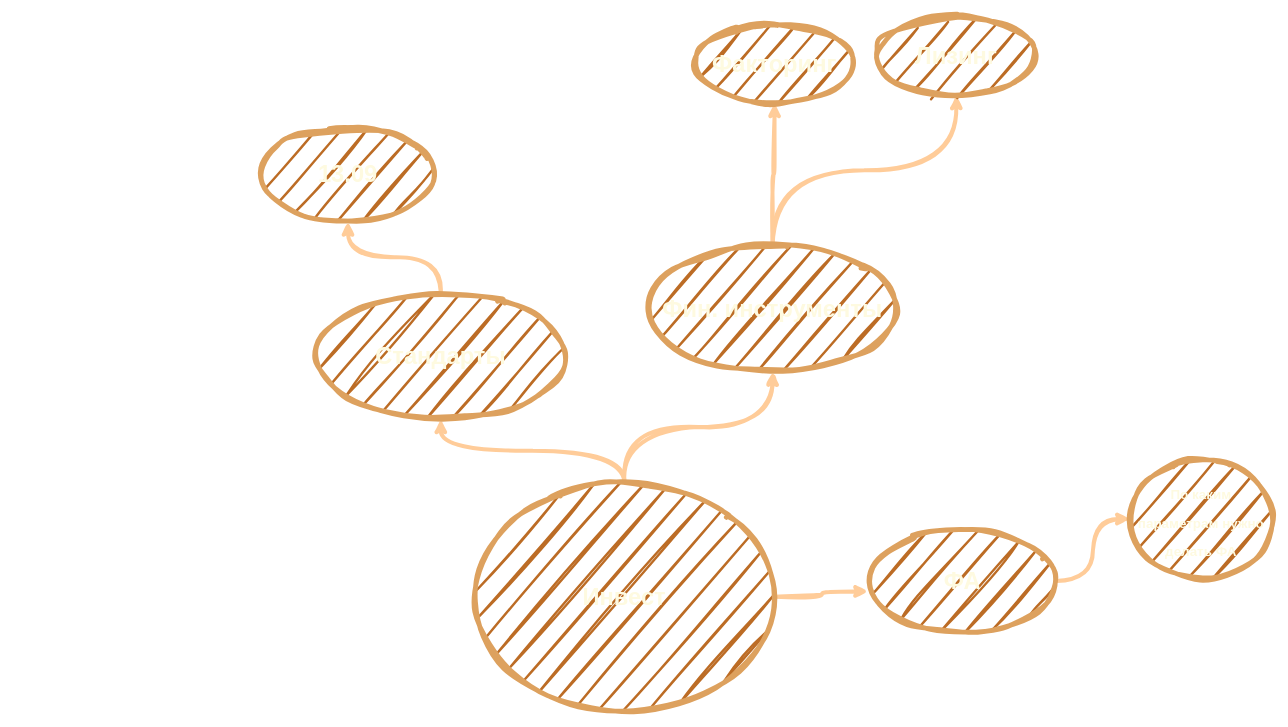
Earlier version of the draw.io diagram Инвест.drawio (zhivvv/study). Source tidied: cells renumbered, new cells numbered last; positions are measured from the earlier drawing's top-left corner, leaving out a move shared by most shapes. Both pictures are drawn from the tidied source at 79%, with x=0, y=0 at pixel (261, 16).
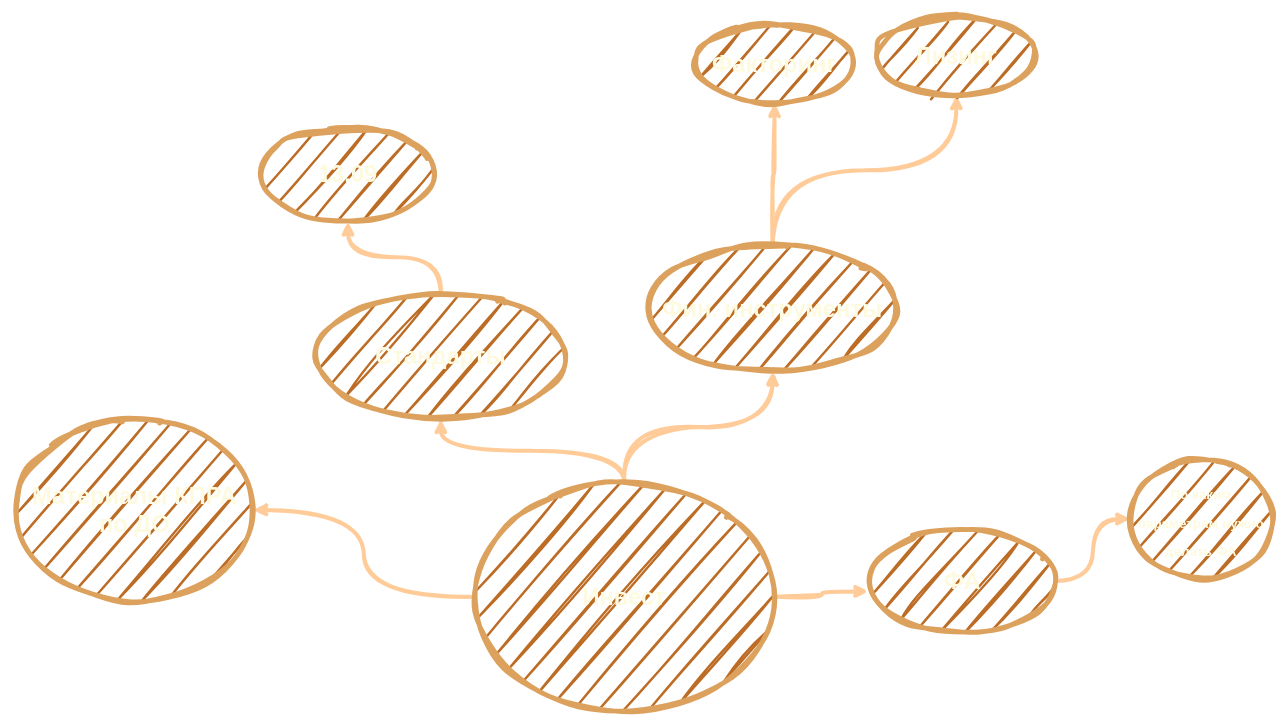
After the change.

Commit message:
Материалы КПРА

Change to the diagram source:
```diff
@@
 <mxGraphModel>
   <root>
     <mxCell id="0" />
     <mxCell id="1" parent="0" />
     <mxCell id="2" style="edgeStyle=orthogonalEdgeStyle;jettySize=auto;html=1;entryX=0.5;entryY=1;entryDx=0;entryDy=0;strokeColor=#FFCC99;fontColor=#FEFAE0;fillColor=#ffe6cc;curved=1;sketch=1;curveFitting=1;jiggle=2;strokeWidth=5;" parent="1" edge="1" source="5" target="8">
       <mxGeometry relative="1" as="geometry" />
     </mxCell>
     <mxCell id="3" style="edgeStyle=orthogonalEdgeStyle;curved=1;sketch=1;jettySize=auto;html=1;entryX=0.5;entryY=1;entryDx=0;entryDy=0;strokeColor=#FFCC99;strokeWidth=5;fontColor=#FEFAE0;fillColor=#BC6C25;" parent="1" edge="1" source="5" target="12">
       <mxGeometry relative="1" as="geometry" />
     </mxCell>
     <mxCell id="4" style="edgeStyle=orthogonalEdgeStyle;curved=1;sketch=1;jettySize=auto;html=1;entryX=-0.006;entryY=0.601;entryDx=0;entryDy=0;entryPerimeter=0;strokeColor=#FFCC99;strokeWidth=5;fontSize=17;fontColor=#FEFAE0;fillColor=#BC6C25;" parent="1" edge="1" source="5" target="15">
       <mxGeometry relative="1" as="geometry" />
     </mxCell>
+    <mxCell id="17" style="edgeStyle=orthogonalEdgeStyle;jettySize=auto;html=1;strokeColor=#FFCC99;fontColor=#FEFAE0;sketch=1;strokeWidth=5;fillColor=#BC6C25;curved=1;" parent="1" edge="1" source="5" target="18">
+      <mxGeometry relative="1" as="geometry" />
+    </mxCell>
     <mxCell id="5" value="Инвест" style="ellipse;whiteSpace=wrap;html=1;shadow=0;fontFamily=Helvetica;fontSize=30;align=center;strokeColor=#DDA15E;strokeWidth=6;fillColor=#BC6C25;fontStyle=1;rounded=1;labelBackgroundColor=none;fontColor=#FEFAE0;fillStyle=auto;sketch=1;curveFitting=1;jiggle=2;" parent="1" vertex="1">
       <mxGeometry x="270" y="590" width="380" height="290" as="geometry" />
     </mxCell>
     <mxCell id="6" style="edgeStyle=orthogonalEdgeStyle;curved=1;sketch=1;jettySize=auto;html=1;entryX=0.5;entryY=1;entryDx=0;entryDy=0;strokeColor=#FFCC99;strokeWidth=5;fontColor=#FEFAE0;fillColor=#BC6C25;" parent="1" edge="1" source="8" target="9">
       <mxGeometry relative="1" as="geometry" />
     </mxCell>
     <mxCell id="7" style="edgeStyle=orthogonalEdgeStyle;curved=1;sketch=1;jettySize=auto;html=1;entryX=0.5;entryY=1;entryDx=0;entryDy=0;strokeColor=#FFCC99;strokeWidth=5;fontColor=#FEFAE0;fillColor=#BC6C25;" parent="1" edge="1" source="8" target="10">
       <mxGeometry relative="1" as="geometry" />
     </mxCell>
     <mxCell id="8" value="Фин. инструменты" style="ellipse;whiteSpace=wrap;html=1;fontSize=30;fillColor=#BC6C25;strokeColor=#DDA15E;fontColor=#FEFAE0;shadow=0;strokeWidth=6;fontStyle=1;rounded=1;labelBackgroundColor=none;fillStyle=auto;sketch=1;curveFitting=1;jiggle=2;" parent="1" vertex="1">
       <mxGeometry x="490" y="290" width="315" height="160" as="geometry" />
     </mxCell>
     <mxCell id="9" value="Лизинг" style="ellipse;whiteSpace=wrap;html=1;fontSize=30;fillColor=#BC6C25;strokeColor=#DDA15E;fontColor=#FEFAE0;shadow=0;strokeWidth=6;fontStyle=1;rounded=1;labelBackgroundColor=none;fillStyle=auto;sketch=1;curveFitting=1;jiggle=2;" parent="1" vertex="1">
       <mxGeometry x="780" width="200" height="100" as="geometry" />
     </mxCell>
     <mxCell id="10" value="Факторинг" style="ellipse;whiteSpace=wrap;html=1;fontSize=30;fillColor=#BC6C25;strokeColor=#DDA15E;fontColor=#FEFAE0;shadow=0;strokeWidth=6;fontStyle=1;rounded=1;labelBackgroundColor=none;fillStyle=auto;sketch=1;curveFitting=1;jiggle=2;" parent="1" vertex="1">
       <mxGeometry x="550" y="10" width="200" height="100" as="geometry" />
     </mxCell>
     <mxCell id="11" style="edgeStyle=orthogonalEdgeStyle;curved=1;sketch=1;jettySize=auto;html=1;entryX=0.5;entryY=1;entryDx=0;entryDy=0;strokeColor=#FFCC99;strokeWidth=5;fontColor=#FEFAE0;fillColor=#BC6C25;" parent="1" edge="1" source="12" target="13">
       <mxGeometry relative="1" as="geometry" />
     </mxCell>
     <mxCell id="12" value="Стандарты" style="ellipse;whiteSpace=wrap;html=1;fontSize=30;fillColor=#BC6C25;strokeColor=#DDA15E;fontColor=#FEFAE0;shadow=0;strokeWidth=6;fontStyle=1;rounded=1;labelBackgroundColor=none;fillStyle=auto;sketch=1;curveFitting=1;jiggle=2;" parent="1" vertex="1">
       <mxGeometry x="70" y="350" width="315" height="160" as="geometry" />
     </mxCell>
     <mxCell id="13" value="13.09" style="ellipse;whiteSpace=wrap;html=1;fontSize=30;fillColor=#BC6C25;strokeColor=#DDA15E;fontColor=#FEFAE0;shadow=0;strokeWidth=6;fontStyle=1;rounded=1;labelBackgroundColor=none;fillStyle=auto;sketch=1;curveFitting=1;jiggle=2;" parent="1" vertex="1">
       <mxGeometry y="140" width="220" height="120" as="geometry" />
     </mxCell>
     <mxCell id="14" style="edgeStyle=orthogonalEdgeStyle;curved=1;sketch=1;jettySize=auto;html=1;entryX=0;entryY=0.5;entryDx=0;entryDy=0;strokeColor=#FFCC99;strokeWidth=5;fontSize=17;fontColor=#FEFAE0;fillColor=#BC6C25;" parent="1" edge="1" source="15" target="16">
       <mxGeometry relative="1" as="geometry" />
     </mxCell>
     <mxCell id="15" value="ФА" style="ellipse;whiteSpace=wrap;html=1;shadow=0;fontFamily=Helvetica;fontSize=30;align=center;strokeColor=#DDA15E;strokeWidth=6;fillColor=#BC6C25;fontStyle=1;rounded=1;labelBackgroundColor=none;fontColor=#FEFAE0;fillStyle=auto;sketch=1;curveFitting=1;jiggle=2;" parent="1" vertex="1">
       <mxGeometry x="770" y="650" width="236" height="130" as="geometry" />
     </mxCell>
     <mxCell id="16" value="&lt;font style=&quot;font-size: 17px;&quot;&gt;По каким параметрам нужно делать ФА&lt;/font&gt;" style="ellipse;whiteSpace=wrap;html=1;shadow=0;fontFamily=Helvetica;fontSize=30;align=center;strokeColor=#DDA15E;strokeWidth=6;fillColor=#BC6C25;fontStyle=1;rounded=1;labelBackgroundColor=none;fontColor=#FEFAE0;fillStyle=auto;sketch=1;curveFitting=1;jiggle=2;" parent="1" vertex="1">
       <mxGeometry x="1100" y="560" width="180" height="153" as="geometry" />
     </mxCell>
+    <mxCell id="18" value="Материалы КПРА по ДО" style="ellipse;whiteSpace=wrap;html=1;fontSize=30;fillColor=#BC6C25;strokeColor=#DDA15E;fontColor=#FEFAE0;shadow=0;strokeWidth=6;fontStyle=1;rounded=1;labelBackgroundColor=none;fillStyle=auto;sketch=1;curveFitting=1;jiggle=2;" parent="1" vertex="1">
+      <mxGeometry x="-310" y="510" width="300" height="230" as="geometry" />
+    </mxCell>
   </root>
 </mxGraphModel>
```
